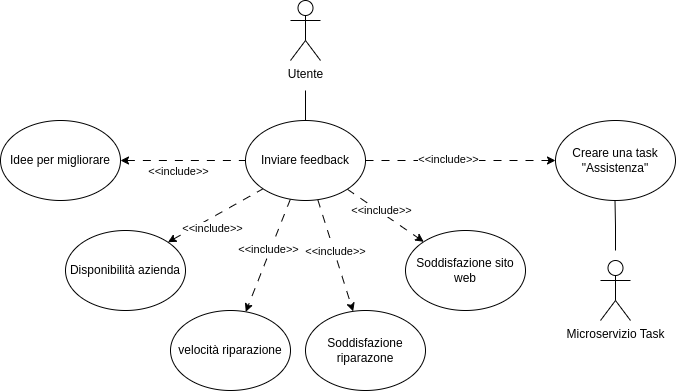
IS-FixMi/Documentation-Source keeps this draw.io diagram as second-deliverable/images/UCD/RF8_feedback_UCD.png. Above is the earlier version. Source tidied: cells renumbered, new cells last; positions are measured from the earlier drawing's top-left corner, leaving out a move shared by most shapes.
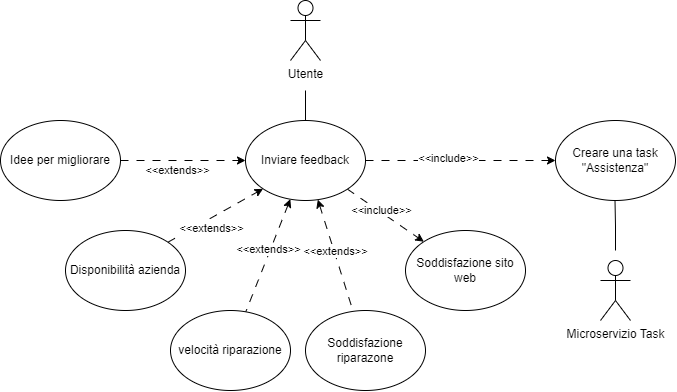
After the commit.

The edit, as a diff of the source:
```diff
@@ -16,24 +16,24 @@
     <mxCell id="5" value="&amp;lt;&amp;lt;include&amp;gt;&amp;gt;" style="edgeLabel;html=1;align=center;verticalAlign=middle;" parent="4" vertex="1">
       <mxGeometry x="-0.14" y="2" relative="1" as="geometry" />
     </mxCell>
-    <mxCell id="6" style="rounded=0;jettySize=auto;html=1;dashed=1;dashPattern=8 8;" parent="1" edge="1" source="12" target="14">
+    <mxCell id="6" style="rounded=0;jettySize=auto;html=1;dashed=1;dashPattern=8 8;startArrow=classic;startFill=1;endArrow=none;endFill=0;" parent="1" edge="1" source="12" target="14">
       <mxGeometry relative="1" as="geometry" />
     </mxCell>
-    <mxCell id="7" value="&amp;lt;&amp;lt;include&amp;gt;&amp;gt;" style="edgeLabel;html=1;align=center;verticalAlign=middle;" parent="6" vertex="1">
+    <mxCell id="7" value="&amp;lt;&amp;lt;extends&amp;gt;&amp;gt;" style="edgeLabel;html=1;align=center;verticalAlign=middle;" parent="6" vertex="1">
       <mxGeometry x="-0.08" y="1" relative="1" as="geometry" />
     </mxCell>
-    <mxCell id="8" style="rounded=0;jettySize=auto;html=1;dashed=1;dashPattern=8 8;elbow=vertical;" parent="1" edge="1" source="12" target="16">
+    <mxCell id="8" style="rounded=0;jettySize=auto;html=1;dashed=1;dashPattern=8 8;elbow=vertical;startArrow=classic;startFill=1;endArrow=none;endFill=0;" parent="1" edge="1" source="12" target="16">
       <mxGeometry relative="1" as="geometry" />
     </mxCell>
-    <mxCell id="9" value="&amp;lt;&amp;lt;include&amp;gt;&amp;gt;" style="edgeLabel;html=1;align=center;verticalAlign=middle;" parent="8" vertex="1">
+    <mxCell id="9" value="&amp;lt;&amp;lt;extends&amp;gt;&amp;gt;" style="edgeLabel;html=1;align=center;verticalAlign=middle;" parent="8" vertex="1">
       <mxGeometry x="-0.09" relative="1" as="geometry">
         <mxPoint x="-2" y="-1" as="offset" />
       </mxGeometry>
     </mxCell>
-    <mxCell id="10" style="rounded=0;jettySize=auto;html=1;dashed=1;dashPattern=8 8;startArrow=classic;startFill=1;endArrow=none;endFill=0;exitX=1;exitY=0;exitDx=0;exitDy=0;entryX=0;entryY=1;entryDx=0;entryDy=0;" parent="1" edge="1" source="15" target="12">
+    <mxCell id="10" style="rounded=0;jettySize=auto;html=1;dashed=1;dashPattern=8 8;startArrow=none;startFill=0;endArrow=classic;endFill=1;exitX=1;exitY=0;exitDx=0;exitDy=0;entryX=0;entryY=1;entryDx=0;entryDy=0;" parent="1" edge="1" source="15" target="12">
       <mxGeometry relative="1" as="geometry" />
     </mxCell>
-    <mxCell id="11" value="&amp;lt;&amp;lt;include&amp;gt;&amp;gt;" style="edgeLabel;html=1;align=center;verticalAlign=middle;" parent="10" vertex="1">
+    <mxCell id="11" value="&amp;lt;&amp;lt;extends&amp;gt;&amp;gt;" style="edgeLabel;html=1;align=center;verticalAlign=middle;" parent="10" vertex="1">
       <mxGeometry x="-0.09" relative="1" as="geometry">
         <mxPoint y="10" as="offset" />
       </mxGeometry>
@@ -74,10 +74,10 @@
     <mxCell id="22" value="Idee per migliorare" style="ellipse;whiteSpace=wrap;html=1;" parent="1" vertex="1">
       <mxGeometry y="120" width="120" height="80" as="geometry" />
     </mxCell>
-    <mxCell id="23" style="rounded=0;jettySize=auto;html=1;dashed=1;dashPattern=8 8;startArrow=classic;startFill=1;endArrow=none;endFill=0;exitX=1;exitY=0.5;exitDx=0;exitDy=0;entryX=0;entryY=0.5;entryDx=0;entryDy=0;" parent="1" edge="1" source="22" target="12">
+    <mxCell id="23" style="rounded=0;jettySize=auto;html=1;dashed=1;dashPattern=8 8;startArrow=none;startFill=0;endArrow=classic;endFill=1;exitX=1;exitY=0.5;exitDx=0;exitDy=0;entryX=0;entryY=0.5;entryDx=0;entryDy=0;" parent="1" edge="1" source="22" target="12">
       <mxGeometry relative="1" as="geometry" />
     </mxCell>
-    <mxCell id="24" value="&amp;lt;&amp;lt;include&amp;gt;&amp;gt;" style="edgeLabel;html=1;align=center;verticalAlign=middle;" parent="23" vertex="1">
+    <mxCell id="24" value="&amp;lt;&amp;lt;extends&amp;gt;&amp;gt;" style="edgeLabel;html=1;align=center;verticalAlign=middle;" parent="23" vertex="1">
       <mxGeometry x="-0.09" relative="1" as="geometry">
         <mxPoint y="10" as="offset" />
       </mxGeometry>
```
